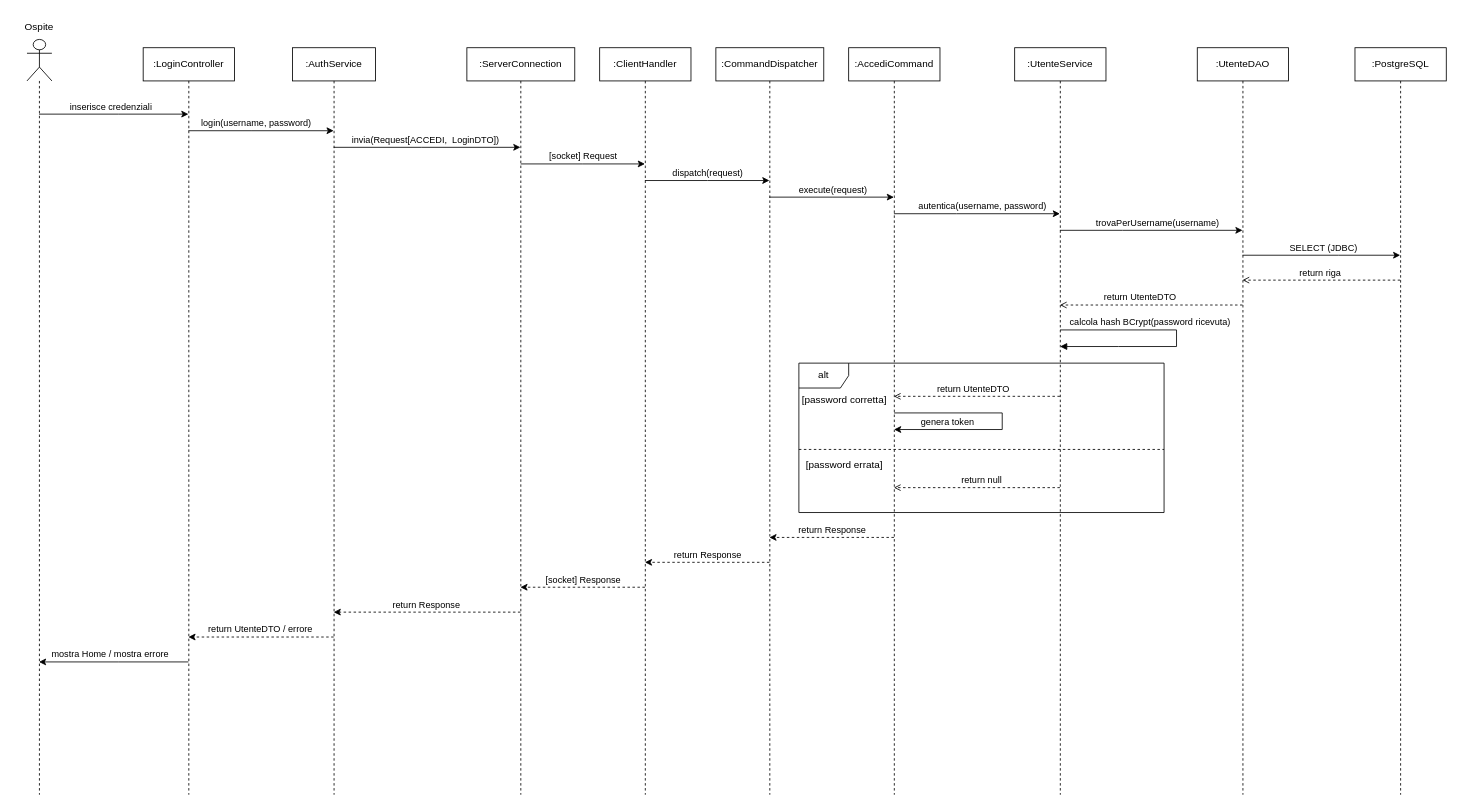
Earlier version of the draw.io diagram page "Login" (1 of 10) of Progettazione/1_Doc. Conclusi/Diagrammi/SequenceDiagram.drawio (FloshDev/TheKnife-B). Source tidied: cells renumbered, new cells numbered last; positions are measured from the earlier drawing's top-left corner, leaving out a move shared by most shapes. Both pictures are drawn from the tidied source at 83%, with x=0, y=0 at pixel (14, 14).
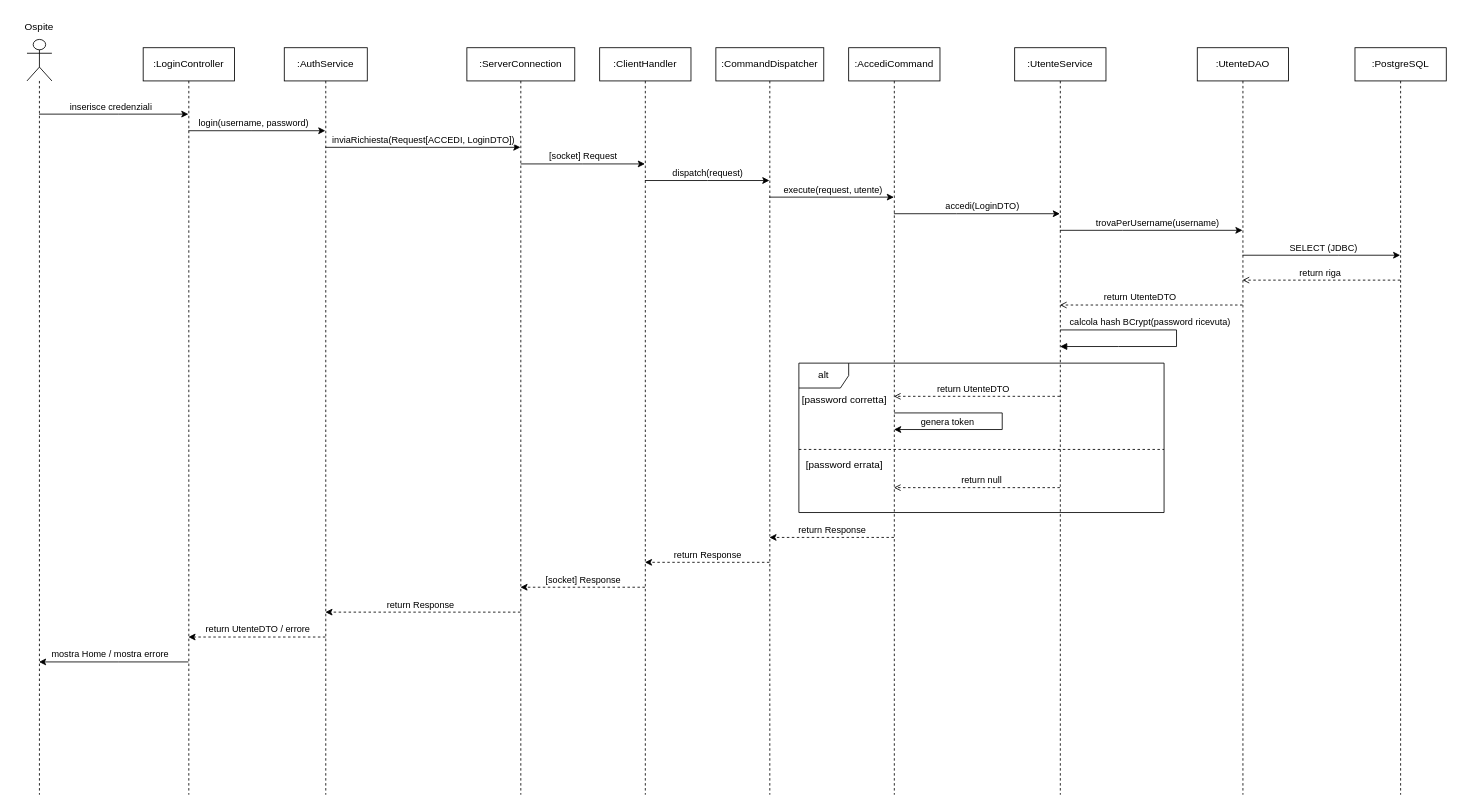
The same page after the edit.

Unchanged cells that the change refers to:
```xml
<mxCell id="7" style="edgeStyle=elbowEdgeStyle;rounded=0;jettySize=auto;html=1;elbow=vertical;curved=0;" parent="1" edge="1" source="9" target="12">
  <mxGeometry relative="1" as="geometry">
    <Array as="points">
      <mxPoint x="490" y="160" />
    </Array>
  </mxGeometry>
</mxCell>
<mxCell id="16" style="edgeStyle=elbowEdgeStyle;rounded=0;jettySize=auto;html=1;elbow=vertical;curved=0;" parent="1" edge="1" source="18" target="23">
  <mxGeometry relative="1" as="geometry">
    <Array as="points">
      <mxPoint x="985" y="220" />
    </Array>
  </mxGeometry>
</mxCell>
<mxCell id="19" style="edgeStyle=elbowEdgeStyle;rounded=0;jettySize=auto;html=1;elbow=vertical;curved=0;" parent="1" edge="1" source="23" target="31">
  <mxGeometry relative="1" as="geometry">
    <Array as="points">
      <mxPoint x="1135" y="240" />
    </Array>
  </mxGeometry>
</mxCell>
```

Diff of the diagram source:
```diff
@@
-    <mxCell id="8" value="invia(Request[ACCEDI,&amp;nbsp; LoginDTO])" style="edgeLabel;html=1;align=center;verticalAlign=middle;" parent="7" vertex="1">
+    <mxCell id="8" value="&amp;nbsp;inviaRichiesta(Request[ACCEDI, LoginDTO])" style="edgeLabel;html=1;align=center;verticalAlign=middle;" parent="7" vertex="1">
       <mxGeometry x="0.15" relative="1" as="geometry">
         <mxPoint x="-19" y="-10" as="offset" />
       </mxGeometry>
     </mxCell>
     <mxCell id="9" value=":AuthService" style="shape=umlLifeline;perimeter=lifelinePerimeter;whiteSpace=wrap;html=1;outlineConnect=0;portConstraint=eastwest;newEdgeStyle={&quot;edgeStyle&quot;:&quot;elbowEdgeStyle&quot;,&quot;elbow&quot;:&quot;vertical&quot;,&quot;curved&quot;:0,&quot;rounded&quot;:0};" parent="1" vertex="1">
-      <mxGeometry x="335" y="40" width="100" height="900" as="geometry" />
+      <mxGeometry x="325" y="40" width="100" height="900" as="geometry" />
     </mxCell>
@@
-    <mxCell id="17" value="execute(request)" style="edgeLabel;html=1;align=center;verticalAlign=middle;" parent="16" vertex="1">
+    <mxCell id="17" value="execute(request, utente)" style="edgeLabel;html=1;align=center;verticalAlign=middle;" parent="16" vertex="1">
       <mxGeometry x="-0.7" y="-1" relative="1" as="geometry">
         <mxPoint x="53" y="-11" as="offset" />
       </mxGeometry>
     </mxCell>
@@
-    <mxCell id="20" value="autentica(username, password)" style="edgeLabel;html=1;align=center;verticalAlign=middle;" parent="19" vertex="1">
+    <mxCell id="20" value="accedi(LoginDTO)" style="edgeLabel;html=1;align=center;verticalAlign=middle;" parent="19" vertex="1">
       <mxGeometry x="0.15" y="-1" relative="1" as="geometry">
         <mxPoint x="-9" y="-11" as="offset" />
       </mxGeometry>
     </mxCell>
```
